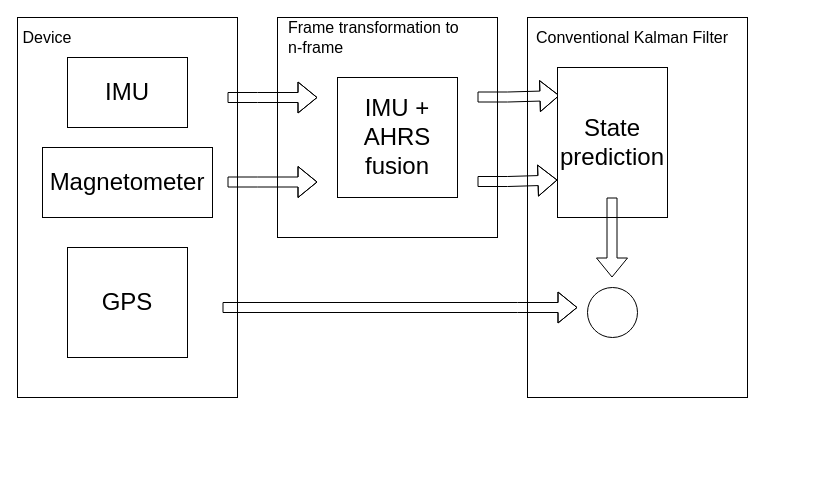
Before: Kalman_Implementation.drawio in prasannawilliams/high-level-architecture, a draw.io diagram. Source tidied: cells renumbered, new cells numbered last; positions are measured from the earlier drawing's top-left corner, leaving out a move shared by most shapes. Both pictures are drawn from the tidied source at 100%, with x=0, y=0 at pixel (17, 17).
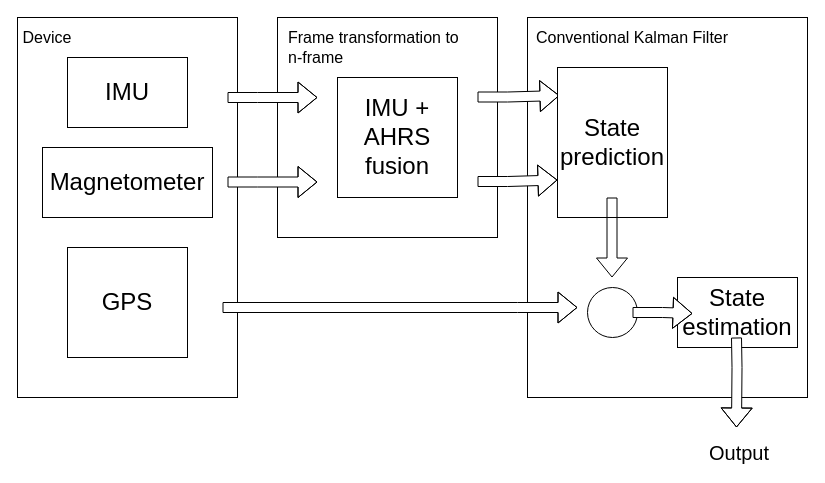
Above is the later version.

Unchanged cells that the change refers to:
```xml
<mxCell id="15" value="&lt;font style=&quot;font-size: 24px&quot;&gt;State prediction&lt;/font&gt;" style="rounded=0;whiteSpace=wrap;html=1;" parent="1" vertex="1">
  <mxGeometry x="540" y="50" width="110" height="150" as="geometry" />
</mxCell>
```

Diff of the diagram source:
```diff
@@
     <mxCell id="2" style="rounded=0;whiteSpace=wrap;html=1;" parent="1" vertex="1">
-      <mxGeometry x="510" width="220" height="380" as="geometry" />
+      <mxGeometry x="510" width="280" height="380" as="geometry" />
     </mxCell>
@@
-    <mxCell id="9" style="shape=flexArrow;endArrow=classic;html=1;" parent="1" edge="1">
+    <mxCell id="9" style="shape=flexArrow;endArrow=classic;html=1;fillColor=#ffffff;" parent="1" edge="1">
       <mxGeometry relative="1" as="geometry">
         <mxPoint x="210" y="80" as="sourcePoint" />
         <mxPoint x="300" y="80" as="targetPoint" />
         <Array as="points">
           <mxPoint x="240" y="80" />
         </Array>
       </mxGeometry>
     </mxCell>
     <mxCell id="10" value="&lt;div style=&quot;text-align: left&quot;&gt;&lt;span style=&quot;font-size: 16px&quot;&gt;Frame transformation to n-frame&lt;/span&gt;&lt;/div&gt;" style="text;html=1;strokeColor=none;fillColor=none;align=center;verticalAlign=middle;whiteSpace=wrap;rounded=0;" parent="1" vertex="1">
-      <mxGeometry x="270" y="10" width="180" height="20" as="geometry" />
+      <mxGeometry x="270" y="20" width="180" height="20" as="geometry" />
     </mxCell>
-    <mxCell id="11" style="shape=flexArrow;endArrow=classic;html=1;" parent="1" edge="1">
+    <mxCell id="11" style="shape=flexArrow;endArrow=classic;html=1;fillColor=#ffffff;" parent="1" edge="1">
       <mxGeometry relative="1" as="geometry">
         <mxPoint x="210" y="164.5" as="sourcePoint" />
         <mxPoint x="300" y="164.5" as="targetPoint" />
         <Array as="points">
           <mxPoint x="240" y="164.5" />
         </Array>
       </mxGeometry>
     </mxCell>
@@
-    <mxCell id="13" style="shape=flexArrow;endArrow=classic;html=1;entryX=0.018;entryY=0.187;entryDx=0;entryDy=0;entryPerimeter=0;" parent="1" edge="1" target="15">
+    <mxCell id="13" style="shape=flexArrow;endArrow=classic;html=1;entryX=0.018;entryY=0.187;entryDx=0;entryDy=0;entryPerimeter=0;fillColor=#ffffff;" parent="1" edge="1" target="15">
       <mxGeometry relative="1" as="geometry">
         <mxPoint x="460" y="79.5" as="sourcePoint" />
         <Array as="points">
           <mxPoint x="490" y="79.5" />
         </Array>
       </mxGeometry>
     </mxCell>
-    <mxCell id="14" style="shape=flexArrow;endArrow=classic;html=1;entryX=0;entryY=0.75;entryDx=0;entryDy=0;" parent="1" edge="1" target="15">
+    <mxCell id="14" style="shape=flexArrow;endArrow=classic;html=1;entryX=0;entryY=0.75;entryDx=0;entryDy=0;fillColor=#ffffff;" parent="1" edge="1" target="15">
       <mxGeometry relative="1" as="geometry">
         <mxPoint x="460" y="164" as="sourcePoint" />
         <Array as="points">
           <mxPoint x="490" y="164" />
         </Array>
       </mxGeometry>
     </mxCell>
@@
-    <mxCell id="17" style="shape=flexArrow;endArrow=classic;html=1;" parent="1" edge="1">
+    <mxCell id="17" style="shape=flexArrow;endArrow=classic;html=1;fillColor=#ffffff;" parent="1" edge="1">
       <mxGeometry relative="1" as="geometry">
         <mxPoint x="205" y="290" as="sourcePoint" />
         <mxPoint x="560" y="290" as="targetPoint" />
         <Array as="points">
           <mxPoint x="500" y="290" />
         </Array>
       </mxGeometry>
     </mxCell>
@@
+    <mxCell id="20" value="&lt;font style=&quot;font-size: 24px&quot;&gt;State estimation&lt;/font&gt;" style="rounded=0;whiteSpace=wrap;html=1;" parent="1" vertex="1">
+      <mxGeometry x="660" y="260" width="120" height="70" as="geometry" />
+    </mxCell>
+    <mxCell id="21" style="shape=flexArrow;endArrow=classic;html=1;fillColor=#ffffff;" parent="1" edge="1">
+      <mxGeometry relative="1" as="geometry">
+        <mxPoint x="719" y="320" as="sourcePoint" />
+        <mxPoint x="719" y="410" as="targetPoint" />
+        <Array as="points">
+          <mxPoint x="719.5" y="350" />
+        </Array>
+      </mxGeometry>
+    </mxCell>
+    <mxCell id="22" value="&lt;font style=&quot;font-size: 20px&quot;&gt;Output&lt;/font&gt;" style="text;html=1;align=left;verticalAlign=top;spacingTop=-4;" parent="1" vertex="1">
+      <mxGeometry x="690" y="421" width="80" height="20" as="geometry" />
+    </mxCell>
+    <mxCell id="23" style="shape=flexArrow;endArrow=classic;html=1;fillColor=#ffffff;" parent="1" edge="1">
+      <mxGeometry relative="1" as="geometry">
+        <mxPoint x="615" y="295" as="sourcePoint" />
+        <mxPoint x="675" y="296" as="targetPoint" />
+        <Array as="points">
+          <mxPoint x="645" y="295" />
+        </Array>
+      </mxGeometry>
+    </mxCell>
```
